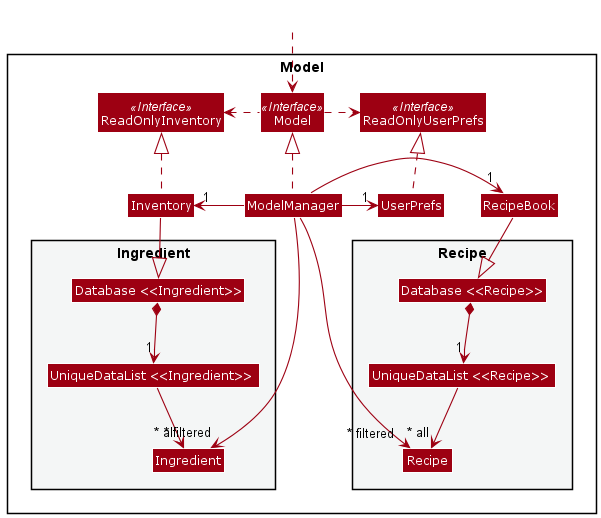
This is docs/images/ModelClassDiagram.png from pattan9955/tp, a PlantUML export, as it was before one commit.
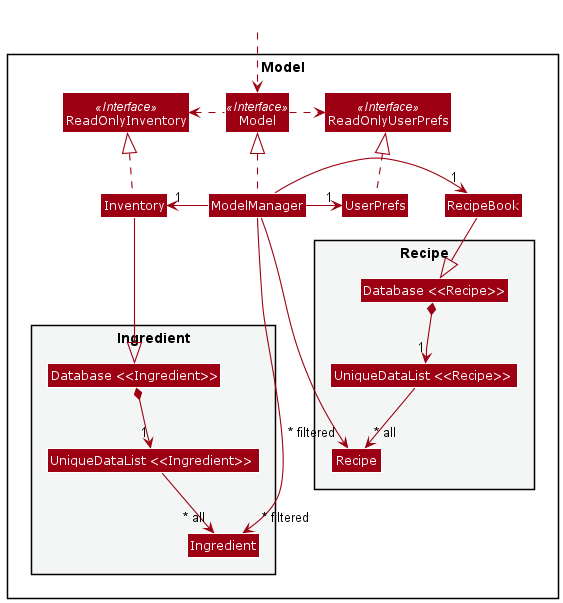
Above is the later version.

What changed in the source:
```diff
@@ -56,4 +56,6 @@
 
 ModelManager -->"~* filtered" Ingredient
 ModelManager -->"~* filtered" Recipe
+
+Recipe -down[hidden]-> Ingredient
 @enduml
```
